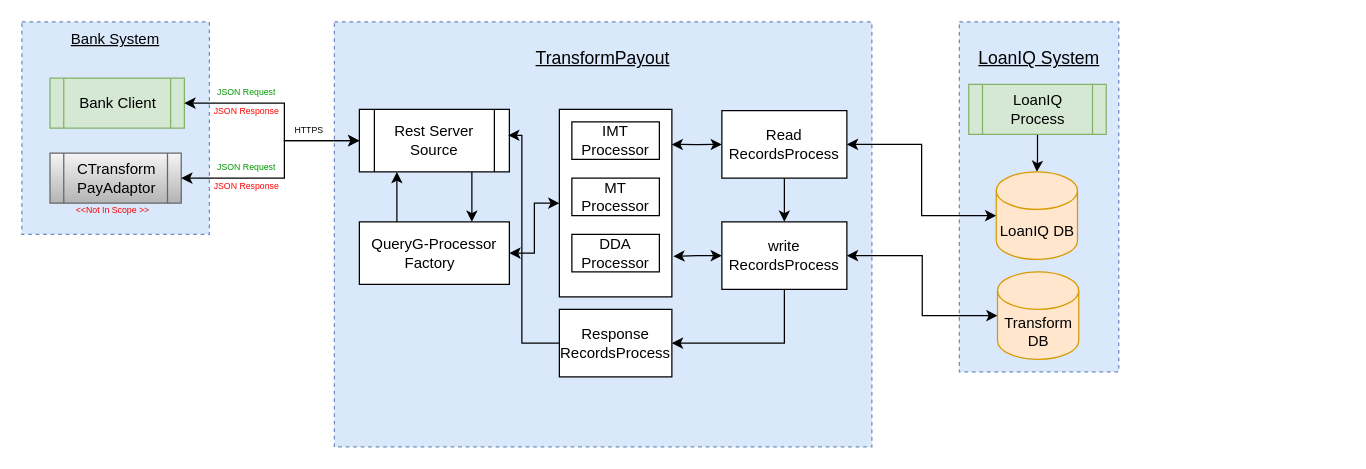
thrivikramarajarao/easy_test_domain keeps this draw.io diagram as page "Page-5" (5 of 5) of NFR_Reliability.drawio. Above is the earlier version. Source tidied: cells renumbered, new cells numbered last; positions are measured from the earlier drawing's top-left corner, leaving out a move shared by most shapes. Both pictures are drawn from the tidied source at 125%, with x=0, y=0 at pixel (21, 21).
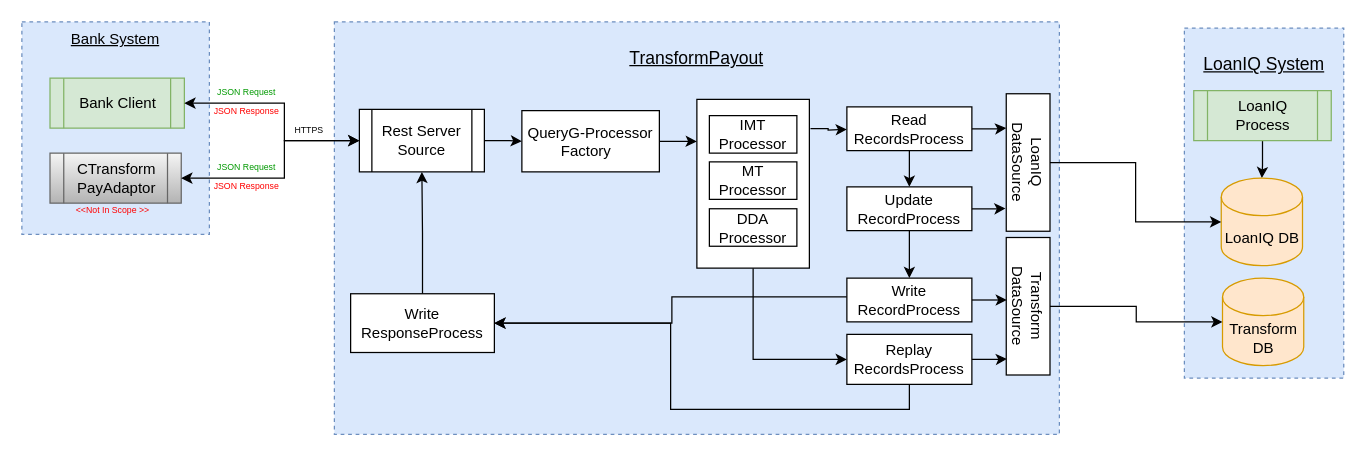
After the change.

What changed in the source:
```diff
@@
     <mxCell id="2" value="&lt;h3&gt;&lt;span style=&quot;font-weight: normal&quot;&gt;TransformPayout&lt;/span&gt;&lt;/h3&gt;" style="rounded=0;whiteSpace=wrap;html=1;fillColor=#dae8fc;strokeColor=#6c8ebf;verticalAlign=top;fontStyle=4;dashed=1;" parent="1" vertex="1">
-      <mxGeometry x="250" width="430" height="340" as="geometry" />
+      <mxGeometry x="250" width="580" height="330" as="geometry" />
     </mxCell>
-    <mxCell id="3" style="edgeStyle=orthogonalEdgeStyle;rounded=0;jettySize=auto;html=1;exitX=0.998;exitY=0.187;exitDx=0;exitDy=0;entryX=0;entryY=0.5;entryDx=0;entryDy=0;fontFamily=Helvetica;fontSize=12;fontColor=#000000;startArrow=classic;startFill=1;endArrow=classic;endFill=1;exitPerimeter=0;" parent="1" edge="1" source="4" target="31">
-      <mxGeometry relative="1" as="geometry" />
-    </mxCell>
+    <mxCell id="38" style="edgeStyle=orthogonalEdgeStyle;rounded=0;jettySize=auto;html=1;entryX=0;entryY=0.5;entryDx=0;entryDy=0;fontFamily=Helvetica;fontSize=12;fontColor=#000000;startArrow=none;startFill=0;endArrow=classic;endFill=1;exitX=0.5;exitY=1;exitDx=0;exitDy=0;" parent="1" edge="1" source="4" target="43">
+      <mxGeometry relative="1" as="geometry" />
+    </mxCell>
     <mxCell id="4" style="rounded=0;whiteSpace=wrap;html=1;fontFamily=Helvetica;fontSize=12;fontColor=#000000;align=center;verticalAlign=middle;" parent="1" vertex="1">
-      <mxGeometry x="430" y="70" width="90" height="150" as="geometry" />
+      <mxGeometry x="540" y="62" width="90" height="135" as="geometry" />
     </mxCell>
     <mxCell id="5" value="&lt;h3&gt;&lt;span style=&quot;font-weight: normal&quot;&gt;LoanIQ System&lt;/span&gt;&lt;/h3&gt;" style="rounded=0;whiteSpace=wrap;html=1;fillColor=#dae8fc;strokeColor=#6c8ebf;verticalAlign=top;fontStyle=4;dashed=1;" parent="1" vertex="1">
-      <mxGeometry x="750" width="127.5" height="280" as="geometry" />
+      <mxGeometry x="930" y="5" width="127.5" height="280" as="geometry" />
     </mxCell>
@@
     <mxCell id="7" value="LoanIQ Process" style="shape=process;whiteSpace=wrap;html=1;backgroundOutline=1;fillColor=#d5e8d4;strokeColor=#82b366;" parent="1" vertex="1">
-      <mxGeometry x="757.5" y="50" width="110" height="40" as="geometry" />
+      <mxGeometry x="937.5" y="55" width="110" height="40" as="geometry" />
     </mxCell>
     <mxCell id="8" value="LoanIQ DB" style="shape=cylinder3;whiteSpace=wrap;html=1;boundedLbl=1;backgroundOutline=1;size=15;fillColor=#ffe6cc;strokeColor=#d79b00;" parent="1" vertex="1">
-      <mxGeometry x="779.5" y="120" width="65" height="70" as="geometry" />
+      <mxGeometry x="959.5" y="125" width="65" height="70" as="geometry" />
     </mxCell>
     <mxCell id="9" value="Transform&lt;br&gt;DB" style="shape=cylinder3;whiteSpace=wrap;html=1;boundedLbl=1;backgroundOutline=1;size=15;fillColor=#ffe6cc;strokeColor=#d79b00;" parent="1" vertex="1">
-      <mxGeometry x="780.5" y="200" width="65" height="70" as="geometry" />
+      <mxGeometry x="960.5" y="205" width="65" height="70" as="geometry" />
     </mxCell>
-    <mxCell id="10" style="edgeStyle=orthogonalEdgeStyle;rounded=0;jettySize=auto;html=1;entryX=0.75;entryY=0;entryDx=0;entryDy=0;fontFamily=Helvetica;fontSize=12;fontColor=#000000;startArrow=none;startFill=0;exitX=0.75;exitY=1;exitDx=0;exitDy=0;" parent="1" edge="1" source="12" target="25">
+    <mxCell id="10" style="edgeStyle=orthogonalEdgeStyle;rounded=0;jettySize=auto;html=1;entryX=0;entryY=0.5;entryDx=0;entryDy=0;fontFamily=Helvetica;fontSize=12;fontColor=#000000;startArrow=none;startFill=0;endArrow=classic;endFill=1;" parent="1" edge="1" source="12" target="25">
       <mxGeometry relative="1" as="geometry" />
     </mxCell>
-    <mxCell id="11" style="edgeStyle=orthogonalEdgeStyle;rounded=0;jettySize=auto;html=1;entryX=0.25;entryY=0;entryDx=0;entryDy=0;fontFamily=Helvetica;fontSize=12;fontColor=#000000;startArrow=classic;startFill=1;endArrow=none;endFill=0;" parent="1" edge="1" target="25">
-      <mxGeometry relative="1" as="geometry">
-        <mxPoint x="300" y="120" as="sourcePoint" />
-        <Array as="points">
-          <mxPoint x="300" y="120" />
-        </Array>
-      </mxGeometry>
-    </mxCell>
     <mxCell id="12" value="Rest Server Source" style="shape=process;whiteSpace=wrap;html=1;backgroundOutline=1;fontFamily=Helvetica;verticalAlign=middle;" parent="1" vertex="1">
-      <mxGeometry x="270" y="70" width="120" height="50" as="geometry" />
+      <mxGeometry x="270" y="70" width="100" height="50" as="geometry" />
     </mxCell>
@@
-    <mxCell id="24" style="edgeStyle=orthogonalEdgeStyle;rounded=0;jettySize=auto;html=1;entryX=0;entryY=0.5;entryDx=0;entryDy=0;fontFamily=Helvetica;fontSize=12;fontColor=#000000;startArrow=classic;startFill=1;endArrow=classic;endFill=1;" parent="1" edge="1" source="25" target="4">
+    <mxCell id="24" style="edgeStyle=orthogonalEdgeStyle;rounded=0;jettySize=auto;html=1;entryX=0;entryY=0.25;entryDx=0;entryDy=0;fontFamily=Helvetica;fontSize=12;fontColor=#000000;startArrow=none;startFill=0;endArrow=classic;endFill=1;" parent="1" edge="1" source="25" target="4">
       <mxGeometry relative="1" as="geometry" />
     </mxCell>
     <mxCell id="25" value="&lt;font color=&quot;#000000&quot; style=&quot;font-size: 12px&quot;&gt;QueryG-Processor Factory&amp;nbsp;&amp;nbsp;&lt;/font&gt;" style="rounded=0;whiteSpace=wrap;html=1;fontFamily=Helvetica;fontSize=12;fontColor=#009900;align=center;verticalAlign=middle;" parent="1" vertex="1">
-      <mxGeometry x="270" y="160" width="120" height="50" as="geometry" />
+      <mxGeometry x="400" y="71" width="110" height="49" as="geometry" />
     </mxCell>
     <mxCell id="26" value="&lt;font color=&quot;#000000&quot;&gt;IMT Processor&lt;/font&gt;" style="rounded=0;whiteSpace=wrap;html=1;fontFamily=Helvetica;fontSize=12;fontColor=#009900;align=center;verticalAlign=middle;" parent="1" vertex="1">
-      <mxGeometry x="440" y="80" width="70" height="30" as="geometry" />
+      <mxGeometry x="550" y="75" width="70" height="30" as="geometry" />
     </mxCell>
     <mxCell id="27" value="&lt;font color=&quot;#000000&quot;&gt;MT Processor&lt;/font&gt;" style="rounded=0;whiteSpace=wrap;html=1;fontFamily=Helvetica;fontSize=12;fontColor=#009900;align=center;verticalAlign=middle;" parent="1" vertex="1">
-      <mxGeometry x="440" y="125" width="70" height="30" as="geometry" />
+      <mxGeometry x="550" y="112" width="70" height="30" as="geometry" />
     </mxCell>
     <mxCell id="28" value="&lt;font color=&quot;#000000&quot;&gt;DDA Processor&lt;/font&gt;" style="rounded=0;whiteSpace=wrap;html=1;fontFamily=Helvetica;fontSize=12;fontColor=#009900;align=center;verticalAlign=middle;" parent="1" vertex="1">
-      <mxGeometry x="440" y="170" width="70" height="30" as="geometry" />
+      <mxGeometry x="550" y="149.5" width="70" height="30" as="geometry" />
     </mxCell>
-    <mxCell id="29" style="edgeStyle=orthogonalEdgeStyle;rounded=0;jettySize=auto;html=1;fontFamily=Helvetica;fontSize=12;fontColor=#000000;startArrow=classic;startFill=1;endArrow=classic;endFill=1;" parent="1" edge="1" source="31" target="8">
-      <mxGeometry relative="1" as="geometry" />
-    </mxCell>
-    <mxCell id="30" style="edgeStyle=orthogonalEdgeStyle;rounded=0;jettySize=auto;html=1;entryX=0.5;entryY=0;entryDx=0;entryDy=0;fontFamily=Helvetica;fontSize=12;fontColor=#000000;startArrow=none;startFill=0;endArrow=classic;endFill=1;" parent="1" edge="1" source="31" target="35">
-      <mxGeometry relative="1" as="geometry" />
-    </mxCell>
+    <mxCell id="39" style="edgeStyle=orthogonalEdgeStyle;rounded=0;jettySize=auto;html=1;entryX=0.25;entryY=1;entryDx=0;entryDy=0;fontFamily=Helvetica;fontSize=12;fontColor=#000000;startArrow=none;startFill=0;endArrow=classic;endFill=1;" parent="1" edge="1" source="31" target="45">
+      <mxGeometry relative="1" as="geometry" />
+    </mxCell>
+    <mxCell id="40" style="edgeStyle=orthogonalEdgeStyle;rounded=0;jettySize=auto;html=1;entryX=0.5;entryY=0;entryDx=0;entryDy=0;fontFamily=Helvetica;fontSize=12;fontColor=#000000;startArrow=none;startFill=0;endArrow=classic;endFill=1;" parent="1" edge="1" source="31" target="50">
+      <mxGeometry relative="1" as="geometry" />
+    </mxCell>
     <mxCell id="31" value="&lt;font color=&quot;#000000&quot;&gt;Read&lt;br&gt;RecordsProcess&lt;/font&gt;" style="rounded=0;whiteSpace=wrap;html=1;fontFamily=Helvetica;fontSize=12;fontColor=#009900;align=center;verticalAlign=middle;" parent="1" vertex="1">
-      <mxGeometry x="560" y="71" width="100" height="54" as="geometry" />
+      <mxGeometry x="660" y="68" width="100" height="35" as="geometry" />
     </mxCell>
-    <mxCell id="32" style="edgeStyle=orthogonalEdgeStyle;rounded=0;jettySize=auto;html=1;entryX=0;entryY=0.5;entryDx=0;entryDy=0;entryPerimeter=0;fontFamily=Helvetica;fontSize=12;fontColor=#000000;startArrow=classic;startFill=1;endArrow=classic;endFill=1;" parent="1" edge="1" source="35" target="9">
-      <mxGeometry relative="1" as="geometry" />
-    </mxCell>
-    <mxCell id="33" style="edgeStyle=orthogonalEdgeStyle;rounded=0;jettySize=auto;html=1;entryX=1.013;entryY=0.784;entryDx=0;entryDy=0;entryPerimeter=0;fontFamily=Helvetica;fontSize=12;fontColor=#000000;startArrow=classic;startFill=1;endArrow=classic;endFill=1;" parent="1" edge="1" source="35" target="4">
-      <mxGeometry relative="1" as="geometry" />
-    </mxCell>
-    <mxCell id="34" style="edgeStyle=orthogonalEdgeStyle;rounded=0;jettySize=auto;html=1;entryX=1;entryY=0.5;entryDx=0;entryDy=0;fontFamily=Helvetica;fontSize=12;fontColor=#000000;startArrow=none;startFill=0;endArrow=classic;endFill=1;exitX=0.5;exitY=1;exitDx=0;exitDy=0;" parent="1" edge="1" source="35" target="37">
-      <mxGeometry relative="1" as="geometry" />
-    </mxCell>
-    <mxCell id="35" value="&lt;font color=&quot;#000000&quot;&gt;write&lt;br&gt;RecordsProcess&lt;/font&gt;" style="rounded=0;whiteSpace=wrap;html=1;fontFamily=Helvetica;fontSize=12;fontColor=#009900;align=center;verticalAlign=middle;" parent="1" vertex="1">
-      <mxGeometry x="560" y="160" width="100" height="54" as="geometry" />
-    </mxCell>
-    <mxCell id="36" style="edgeStyle=orthogonalEdgeStyle;rounded=0;jettySize=auto;html=1;entryX=0.992;entryY=0.414;entryDx=0;entryDy=0;entryPerimeter=0;fontFamily=Helvetica;fontSize=12;fontColor=#000000;startArrow=none;startFill=0;endArrow=classic;endFill=1;" parent="1" edge="1" source="37" target="12">
-      <mxGeometry relative="1" as="geometry">
-        <Array as="points">
-          <mxPoint x="400" y="257" />
-          <mxPoint x="400" y="91" />
-        </Array>
-      </mxGeometry>
+    <mxCell id="36" style="edgeStyle=orthogonalEdgeStyle;rounded=0;jettySize=auto;html=1;entryX=0.5;entryY=1;entryDx=0;entryDy=0;fontFamily=Helvetica;fontSize=12;fontColor=#000000;startArrow=none;startFill=0;endArrow=classic;endFill=1;" parent="1" edge="1" source="37" target="12">
+      <mxGeometry relative="1" as="geometry" />
     </mxCell>
-    <mxCell id="37" value="&lt;font color=&quot;#000000&quot;&gt;Response&lt;br&gt;RecordsProcess&lt;/font&gt;" style="rounded=0;whiteSpace=wrap;html=1;fontFamily=Helvetica;fontSize=12;fontColor=#009900;align=center;verticalAlign=middle;" parent="1" vertex="1">
-      <mxGeometry x="430" y="230" width="90" height="54" as="geometry" />
+    <mxCell id="37" value="&lt;font color=&quot;#000000&quot;&gt;Write &lt;br&gt;ResponseProcess&lt;/font&gt;" style="rounded=0;whiteSpace=wrap;html=1;fontFamily=Helvetica;fontSize=12;fontColor=#009900;align=center;verticalAlign=middle;" parent="1" vertex="1">
+      <mxGeometry x="263" y="217.5" width="115" height="47" as="geometry" />
     </mxCell>
+    <mxCell id="41" style="edgeStyle=orthogonalEdgeStyle;rounded=0;jettySize=auto;html=1;entryX=0.883;entryY=0.983;entryDx=0;entryDy=0;fontFamily=Helvetica;fontSize=12;fontColor=#000000;startArrow=none;startFill=0;endArrow=classic;endFill=1;entryPerimeter=0;" parent="1" edge="1" source="43" target="47">
+      <mxGeometry relative="1" as="geometry" />
+    </mxCell>
+    <mxCell id="42" style="edgeStyle=orthogonalEdgeStyle;rounded=0;jettySize=auto;html=1;entryX=1;entryY=0.5;entryDx=0;entryDy=0;fontFamily=Helvetica;fontSize=12;fontColor=#000000;startArrow=none;startFill=0;endArrow=classic;endFill=1;exitX=0.5;exitY=1;exitDx=0;exitDy=0;" parent="1" edge="1" source="43" target="37">
+      <mxGeometry relative="1" as="geometry" />
+    </mxCell>
+    <mxCell id="43" value="&lt;font color=&quot;#000000&quot;&gt;Replay RecordsProcess&lt;/font&gt;" style="rounded=0;whiteSpace=wrap;html=1;fontFamily=Helvetica;fontSize=12;fontColor=#009900;align=center;verticalAlign=middle;" parent="1" vertex="1">
+      <mxGeometry x="660" y="250" width="100" height="40" as="geometry" />
+    </mxCell>
+    <mxCell id="44" style="edgeStyle=orthogonalEdgeStyle;rounded=0;jettySize=auto;html=1;fontFamily=Helvetica;fontSize=12;fontColor=#000000;startArrow=none;startFill=0;endArrow=classic;endFill=1;" parent="1" edge="1" source="45" target="8">
+      <mxGeometry relative="1" as="geometry" />
+    </mxCell>
+    <mxCell id="45" value="&lt;font color=&quot;#000000&quot;&gt;LoanIQ&lt;br&gt;DataSource&lt;/font&gt;" style="rounded=0;whiteSpace=wrap;html=1;fontFamily=Helvetica;fontSize=12;fontColor=#009900;align=center;verticalAlign=middle;rotation=90;" parent="1" vertex="1">
+      <mxGeometry x="750" y="95" width="110" height="35" as="geometry" />
+    </mxCell>
+    <mxCell id="46" style="edgeStyle=orthogonalEdgeStyle;rounded=0;jettySize=auto;html=1;entryX=0;entryY=0.5;entryDx=0;entryDy=0;entryPerimeter=0;fontFamily=Helvetica;fontSize=12;fontColor=#000000;startArrow=none;startFill=0;endArrow=classic;endFill=1;" parent="1" edge="1" source="47" target="9">
+      <mxGeometry relative="1" as="geometry" />
+    </mxCell>
+    <mxCell id="47" value="&lt;font color=&quot;#000000&quot;&gt;Transform&lt;br&gt;DataSource&lt;/font&gt;" style="rounded=0;whiteSpace=wrap;html=1;fontFamily=Helvetica;fontSize=12;fontColor=#009900;align=center;verticalAlign=middle;rotation=90;" parent="1" vertex="1">
+      <mxGeometry x="750" y="210" width="110" height="35" as="geometry" />
+    </mxCell>
+    <mxCell id="48" style="edgeStyle=orthogonalEdgeStyle;rounded=0;jettySize=auto;html=1;entryX=0.834;entryY=1.016;entryDx=0;entryDy=0;entryPerimeter=0;fontFamily=Helvetica;fontSize=12;fontColor=#000000;startArrow=none;startFill=0;endArrow=classic;endFill=1;" parent="1" edge="1" source="50" target="45">
+      <mxGeometry relative="1" as="geometry" />
+    </mxCell>
+    <mxCell id="49" style="edgeStyle=orthogonalEdgeStyle;rounded=0;jettySize=auto;html=1;fontFamily=Helvetica;fontSize=12;fontColor=#000000;startArrow=none;startFill=0;endArrow=classic;endFill=1;" parent="1" edge="1" source="50" target="53">
+      <mxGeometry relative="1" as="geometry" />
+    </mxCell>
+    <mxCell id="50" value="&lt;font color=&quot;#000000&quot;&gt;Update RecordProcess&lt;/font&gt;" style="rounded=0;whiteSpace=wrap;html=1;fontFamily=Helvetica;fontSize=12;fontColor=#009900;align=center;verticalAlign=middle;" parent="1" vertex="1">
+      <mxGeometry x="660" y="132" width="100" height="35" as="geometry" />
+    </mxCell>
+    <mxCell id="51" style="edgeStyle=orthogonalEdgeStyle;rounded=0;jettySize=auto;html=1;fontFamily=Helvetica;fontSize=12;fontColor=#000000;startArrow=none;startFill=0;endArrow=classic;endFill=1;exitX=1;exitY=0.5;exitDx=0;exitDy=0;" parent="1" edge="1" source="53">
+      <mxGeometry relative="1" as="geometry">
+        <mxPoint x="788" y="223" as="targetPoint" />
+      </mxGeometry>
+    </mxCell>
+    <mxCell id="52" style="edgeStyle=orthogonalEdgeStyle;rounded=0;jettySize=auto;html=1;fontFamily=Helvetica;fontSize=12;fontColor=#000000;startArrow=none;startFill=0;endArrow=classic;endFill=1;entryX=1;entryY=0.5;entryDx=0;entryDy=0;" parent="1" edge="1" source="53" target="37">
+      <mxGeometry relative="1" as="geometry">
+        <Array as="points">
+          <mxPoint x="710" y="220" />
+          <mxPoint x="520" y="220" />
+          <mxPoint x="520" y="241" />
+        </Array>
+      </mxGeometry>
+    </mxCell>
+    <mxCell id="53" value="&lt;font color=&quot;#000000&quot;&gt;Write RecordProcess&lt;/font&gt;" style="rounded=0;whiteSpace=wrap;html=1;fontFamily=Helvetica;fontSize=12;fontColor=#009900;align=center;verticalAlign=middle;" parent="1" vertex="1">
+      <mxGeometry x="660" y="205" width="100" height="35" as="geometry" />
+    </mxCell>
+    <mxCell id="54" style="endArrow=classic;html=1;rounded=0;fontFamily=Helvetica;fontSize=12;fontColor=#000000;edgeStyle=orthogonalEdgeStyle;exitX=1.01;exitY=0.173;exitDx=0;exitDy=0;exitPerimeter=0;" parent="1" edge="1" source="4">
+      <mxGeometry relative="1" as="geometry">
+        <mxPoint x="660" y="86" as="targetPoint" />
+      </mxGeometry>
+    </mxCell>
```
